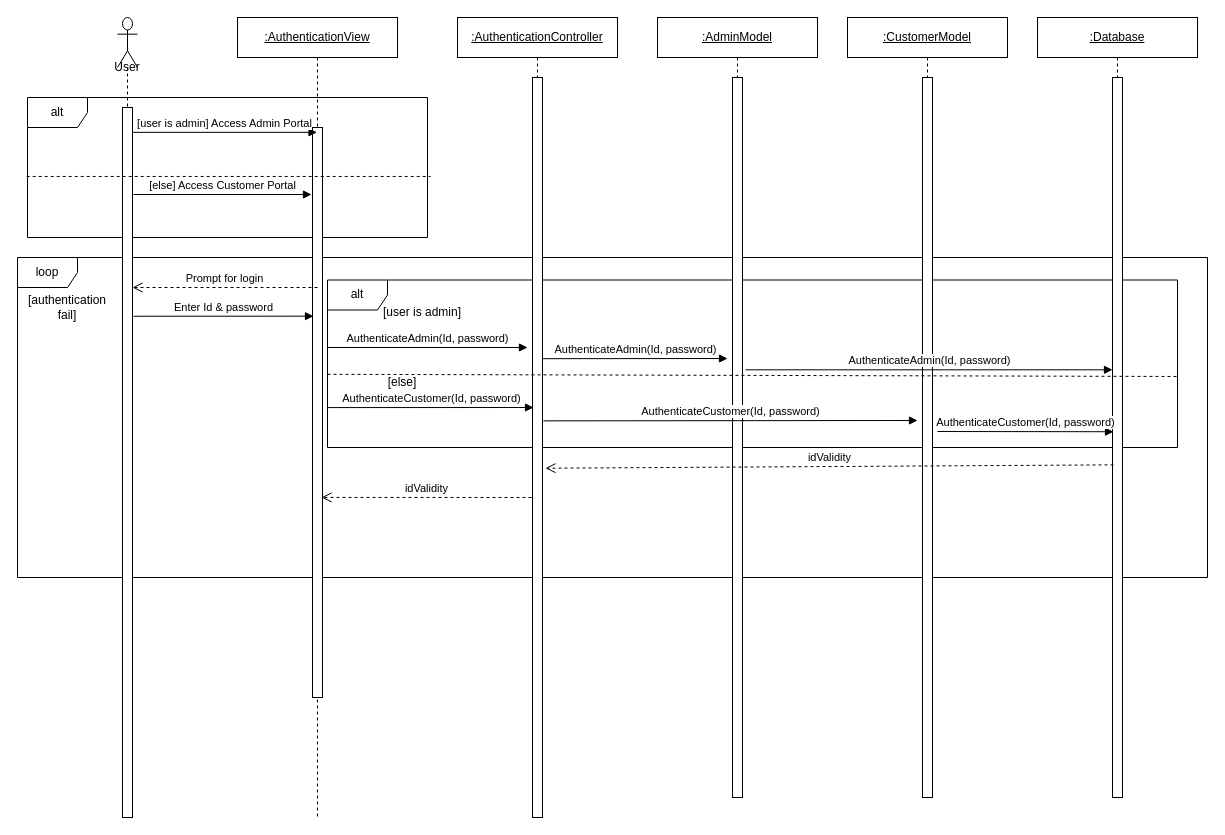
mclhtay/CS4471 keeps this draw.io diagram as Diagrams/Sequence/Authentication.drawio. Above is the earlier version. Source tidied: cells renumbered, new cells numbered last; positions are measured from the earlier drawing's top-left corner, leaving out a move shared by most shapes. Both pictures are drawn from the tidied source at 100%, with x=0, y=0 at pixel (17, 17).
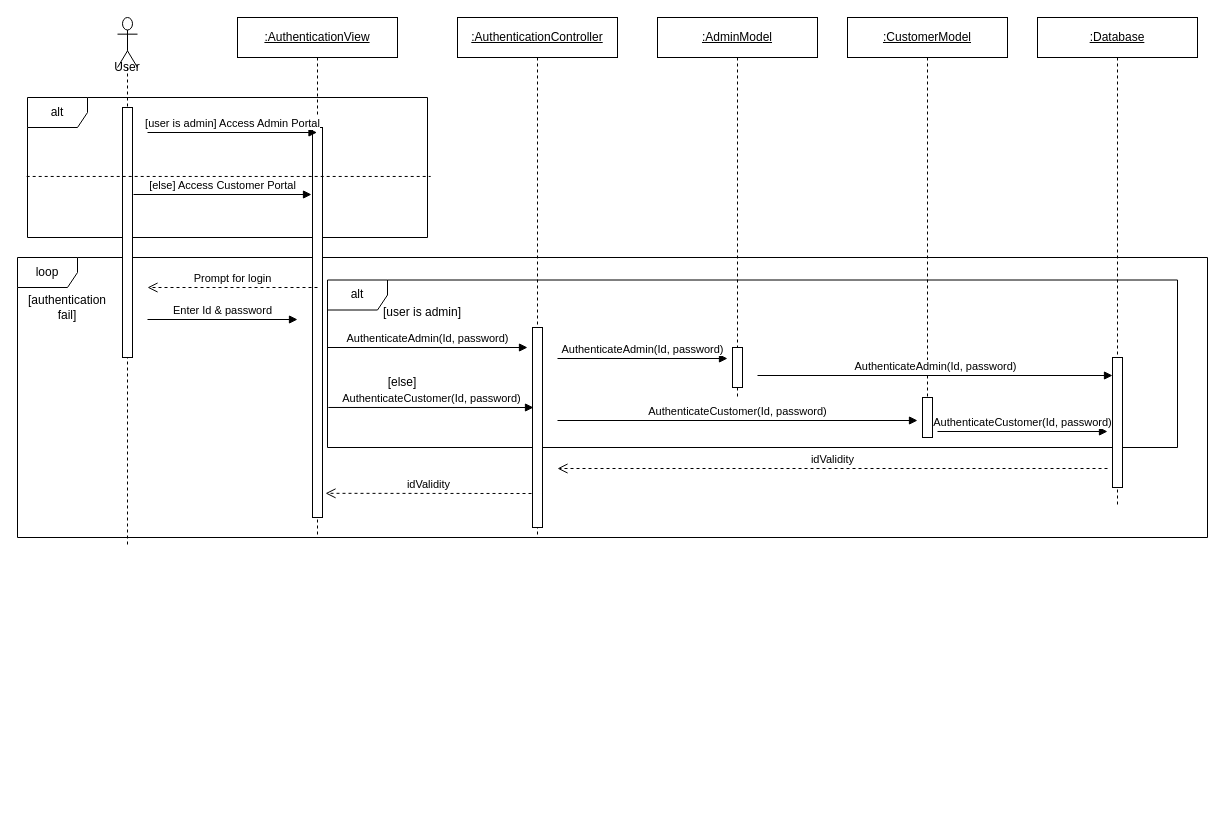
The same page after the edit.

Unchanged cells that the change refers to:
```xml
<mxCell id="3" value="alt" style="shape=umlFrame;whiteSpace=wrap;html=1;" parent="1" vertex="1">
  <mxGeometry x="310" y="262.5" width="850" height="167.5" as="geometry" />
</mxCell>
```

The edit, as a diff of the source:
```diff
@@
     <mxCell id="2" value="loop" style="shape=umlFrame;whiteSpace=wrap;html=1;" parent="1" vertex="1">
-      <mxGeometry y="240" width="1190" height="320" as="geometry" />
+      <mxGeometry y="240" width="1190" height="280" as="geometry" />
     </mxCell>
@@
     <mxCell id="4" value="&lt;u&gt;:CustomerModel&lt;/u&gt;" style="shape=umlLifeline;perimeter=lifelinePerimeter;whiteSpace=wrap;html=1;" parent="1" vertex="1">
-      <mxGeometry x="830" width="160" height="780" as="geometry" />
+      <mxGeometry x="830" width="160" height="420" as="geometry" />
     </mxCell>
     <mxCell id="5" style="html=1;perimeter=orthogonalPerimeter;" parent="4" vertex="1">
-      <mxGeometry x="75" y="60" width="10" height="720" as="geometry" />
+      <mxGeometry x="75" y="380" width="10" height="40" as="geometry" />
     </mxCell>
@@
     <mxCell id="7" value="&lt;u&gt;:AuthenticationView&lt;/u&gt;" style="shape=umlLifeline;perimeter=lifelinePerimeter;whiteSpace=wrap;html=1;outlineConnect=0;" parent="1" vertex="1">
-      <mxGeometry x="220" width="160" height="800" as="geometry" />
+      <mxGeometry x="220" width="160" height="520" as="geometry" />
     </mxCell>
     <mxCell id="8" style="html=1;points=[];perimeter=orthogonalPerimeter;" parent="7" vertex="1">
-      <mxGeometry x="75" y="110" width="10" height="570" as="geometry" />
+      <mxGeometry x="75" y="110" width="10" height="390" as="geometry" />
     </mxCell>
     <mxCell id="9" value="User" style="shape=umlLifeline;participant=umlActor;perimeter=lifelinePerimeter;whiteSpace=wrap;html=1;verticalAlign=top;spacingTop=36;size=50;" parent="1" vertex="1">
-      <mxGeometry x="100" width="20" height="800" as="geometry" />
+      <mxGeometry x="100" width="20" height="530" as="geometry" />
     </mxCell>
     <mxCell id="10" style="html=1;points=[];perimeter=orthogonalPerimeter;" parent="9" vertex="1">
-      <mxGeometry x="5" y="90" width="10" height="710" as="geometry" />
+      <mxGeometry x="5" y="90" width="10" height="250" as="geometry" />
     </mxCell>
     <mxCell id="11" value="&lt;u&gt;:AuthenticationController&lt;/u&gt;" style="shape=umlLifeline;perimeter=lifelinePerimeter;whiteSpace=wrap;html=1;" parent="1" vertex="1">
-      <mxGeometry x="440" width="160" height="800" as="geometry" />
+      <mxGeometry x="440" width="160" height="520" as="geometry" />
     </mxCell>
     <mxCell id="12" style="html=1;points=[];perimeter=orthogonalPerimeter;" parent="11" vertex="1">
-      <mxGeometry x="75" y="60" width="10" height="740" as="geometry" />
+      <mxGeometry x="75" y="310" width="10" height="200" as="geometry" />
     </mxCell>
     <mxCell id="13" value="&lt;u&gt;:AdminModel&lt;/u&gt;" style="shape=umlLifeline;perimeter=lifelinePerimeter;whiteSpace=wrap;html=1;" parent="1" vertex="1">
-      <mxGeometry x="640" width="160" height="780" as="geometry" />
+      <mxGeometry x="640" width="160" height="380" as="geometry" />
     </mxCell>
     <mxCell id="14" style="html=1;points=[];perimeter=orthogonalPerimeter;" parent="13" vertex="1">
-      <mxGeometry x="75" y="60" width="10" height="720" as="geometry" />
+      <mxGeometry x="75" y="330" width="10" height="40" as="geometry" />
     </mxCell>
     <mxCell id="15" value="&lt;u&gt;:Database&lt;/u&gt;" style="shape=umlLifeline;perimeter=lifelinePerimeter;whiteSpace=wrap;html=1;" parent="1" vertex="1">
-      <mxGeometry x="1020" width="160" height="780" as="geometry" />
+      <mxGeometry x="1020" width="160" height="490" as="geometry" />
     </mxCell>
     <mxCell id="16" style="html=1;points=[];perimeter=orthogonalPerimeter;" parent="15" vertex="1">
-      <mxGeometry x="75" y="60" width="10" height="720" as="geometry" />
+      <mxGeometry x="75" y="340" width="10" height="130" as="geometry" />
     </mxCell>
@@
-    <mxCell id="18" value="[user is admin] Access Admin Portal" style="html=1;verticalAlign=bottom;endArrow=block;exitX=1;exitY=0.035;exitDx=0;exitDy=0;exitPerimeter=0;" parent="1" edge="1" source="10" target="7">
-      <mxGeometry relative="1" as="geometry" />
+    <mxCell id="18" value="[user is admin] Access Admin Portal" style="html=1;verticalAlign=bottom;endArrow=block;" parent="1" edge="1" target="7">
+      <mxGeometry relative="1" as="geometry">
+        <mxPoint x="130" y="115" as="sourcePoint" />
+      </mxGeometry>
     </mxCell>
@@
-    <mxCell id="21" value="Prompt for login" style="html=1;verticalAlign=bottom;endArrow=open;dashed=1;endSize=8;" parent="1" edge="1" target="10">
+    <mxCell id="21" value="Prompt for login" style="html=1;verticalAlign=bottom;endArrow=open;dashed=1;endSize=8;" parent="1" edge="1">
       <mxGeometry relative="1" as="geometry">
         <mxPoint x="300" y="270" as="sourcePoint" />
+        <mxPoint x="130" y="270" as="targetPoint" />
       </mxGeometry>
     </mxCell>
-    <mxCell id="22" value="Enter Id &amp;amp; password" style="html=1;verticalAlign=bottom;endArrow=block;exitX=1.1;exitY=0.294;exitDx=0;exitDy=0;exitPerimeter=0;entryX=0.1;entryY=0.331;entryDx=0;entryDy=0;entryPerimeter=0;" parent="1" edge="1" source="10" target="8">
-      <mxGeometry relative="1" as="geometry" />
+    <mxCell id="22" value="Enter Id &amp;amp; password" style="html=1;verticalAlign=bottom;endArrow=block;" parent="1" edge="1">
+      <mxGeometry relative="1" as="geometry">
+        <mxPoint x="130" y="302" as="sourcePoint" />
+        <mxPoint x="280" y="302" as="targetPoint" />
+      </mxGeometry>
     </mxCell>
@@
-    <mxCell id="24" value="AuthenticateAdmin(Id, password)" style="html=1;verticalAlign=bottom;endArrow=block;exitX=1;exitY=0.38;exitDx=0;exitDy=0;exitPerimeter=0;" parent="1" edge="1" source="12">
+    <mxCell id="24" value="AuthenticateAdmin(Id, password)" style="html=1;verticalAlign=bottom;endArrow=block;" parent="1" edge="1">
       <mxGeometry relative="1" as="geometry">
+        <mxPoint x="540" y="341" as="sourcePoint" />
         <mxPoint x="710" y="341" as="targetPoint" />
       </mxGeometry>
     </mxCell>
-    <mxCell id="25" value="idValidity" style="html=1;verticalAlign=bottom;endArrow=open;dashed=1;endSize=8;exitX=0.1;exitY=0.538;exitDx=0;exitDy=0;exitPerimeter=0;entryX=1.3;entryY=0.528;entryDx=0;entryDy=0;entryPerimeter=0;" parent="1" edge="1" source="16" target="12">
-      <mxGeometry relative="1" as="geometry" />
+    <mxCell id="25" value="idValidity" style="html=1;verticalAlign=bottom;endArrow=open;dashed=1;endSize=8;" parent="1" edge="1">
+      <mxGeometry relative="1" as="geometry">
+        <mxPoint x="1090" y="451" as="sourcePoint" />
+        <mxPoint x="540" y="451" as="targetPoint" />
+      </mxGeometry>
     </mxCell>
@@
-    <mxCell id="28" value="AuthenticateCustomer(Id, password)" style="html=1;verticalAlign=bottom;endArrow=block;exitX=0.261;exitY=0.469;exitDx=0;exitDy=0;exitPerimeter=0;" parent="1" edge="1" source="2">
+    <mxCell id="28" value="AuthenticateCustomer(Id, password)" style="html=1;verticalAlign=bottom;endArrow=block;exitX=0.001;exitY=0.761;exitDx=0;exitDy=0;exitPerimeter=0;" parent="1" edge="1" source="3">
       <mxGeometry relative="1" as="geometry">
         <mxPoint x="516" y="390" as="targetPoint" />
       </mxGeometry>
     </mxCell>
-    <mxCell id="29" value="AuthenticateCustomer(Id, password)" style="html=1;verticalAlign=bottom;endArrow=block;exitX=1.1;exitY=0.464;exitDx=0;exitDy=0;exitPerimeter=0;" parent="1" edge="1" source="12">
+    <mxCell id="29" value="AuthenticateCustomer(Id, password)" style="html=1;verticalAlign=bottom;endArrow=block;" parent="1" edge="1">
       <mxGeometry relative="1" as="geometry">
+        <mxPoint x="540" y="403" as="sourcePoint" />
         <mxPoint x="900" y="403" as="targetPoint" />
       </mxGeometry>
     </mxCell>
-    <mxCell id="30" value="idValidity" style="html=1;verticalAlign=bottom;endArrow=open;dashed=1;endSize=8;entryX=0.9;entryY=0.649;entryDx=0;entryDy=0;entryPerimeter=0;" parent="1" edge="1" target="8">
+    <mxCell id="30" value="idValidity" style="html=1;verticalAlign=bottom;endArrow=open;dashed=1;endSize=8;entryX=1.3;entryY=0.938;entryDx=0;entryDy=0;entryPerimeter=0;" parent="1" edge="1" target="8">
       <mxGeometry relative="1" as="geometry">
-        <mxPoint x="514" y="480" as="sourcePoint" />
+        <mxPoint x="514" y="476" as="sourcePoint" />
       </mxGeometry>
     </mxCell>
-    <mxCell id="31" value="AuthenticateAdmin(Id, password)" style="html=1;verticalAlign=bottom;endArrow=block;exitX=1.3;exitY=0.406;exitDx=0;exitDy=0;exitPerimeter=0;" parent="1" edge="1" source="14" target="16">
-      <mxGeometry relative="1" as="geometry" />
+    <mxCell id="31" value="AuthenticateAdmin(Id, password)" style="html=1;verticalAlign=bottom;endArrow=block;" parent="1" edge="1" target="16">
+      <mxGeometry relative="1" as="geometry">
+        <mxPoint x="740" y="358" as="sourcePoint" />
+      </mxGeometry>
     </mxCell>
-    <mxCell id="32" value="AuthenticateCustomer(Id, password)" style="html=1;verticalAlign=bottom;endArrow=block;entryX=0.1;entryY=0.492;entryDx=0;entryDy=0;entryPerimeter=0;" parent="1" edge="1" target="16">
+    <mxCell id="32" value="AuthenticateCustomer(Id, password)" style="html=1;verticalAlign=bottom;endArrow=block;" parent="1" edge="1">
       <mxGeometry relative="1" as="geometry">
         <mxPoint x="920" y="414" as="sourcePoint" />
+        <mxPoint x="1090" y="414" as="targetPoint" />
       </mxGeometry>
     </mxCell>
-    <mxCell id="33" style="endArrow=none;dashed=1;html=1;exitX=1.5;exitY=0.433;exitDx=0;exitDy=0;exitPerimeter=0;entryX=1;entryY=0.576;entryDx=0;entryDy=0;entryPerimeter=0;" parent="1" edge="1" source="8" target="3">
-      <mxGeometry relative="1" as="geometry" />
-    </mxCell>
```
